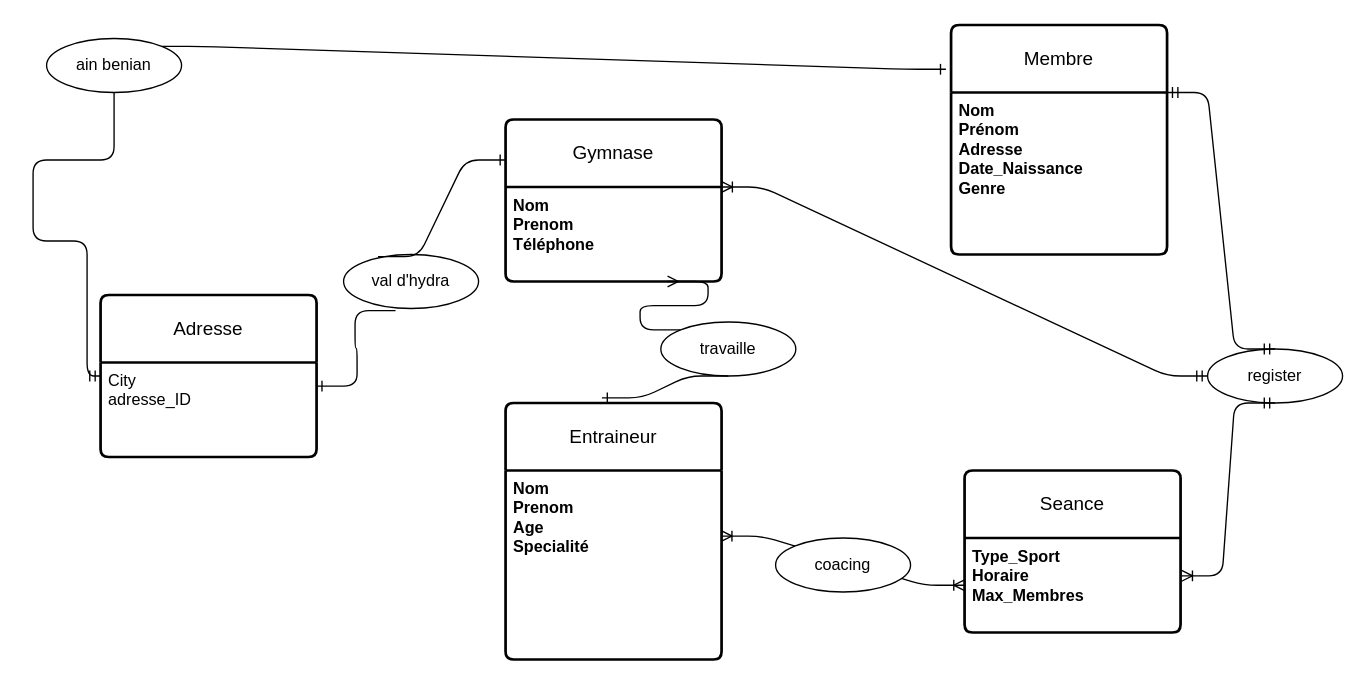
Earlier version of the draw.io diagram database/gym.drawio (Lyes-ux/gomycode-checkout). Source tidied: cells renumbered, new cells numbered last; positions are measured from the earlier drawing's top-left corner, leaving out a move shared by most shapes. Both pictures are drawn from the tidied source at 135%, with x=0, y=0 at pixel (32, 24).
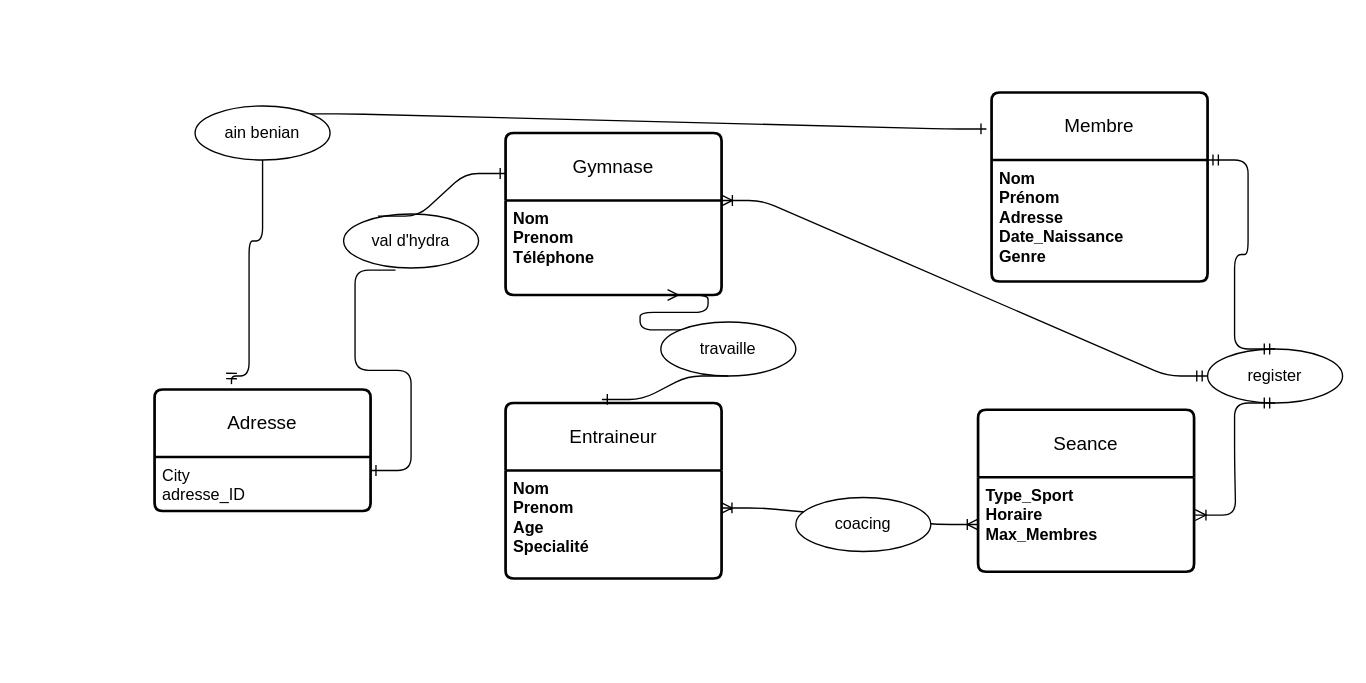
The same page after the edit.

Commit message:
check entity–relationship model

What changed in the source:
```diff
@@
     <mxCell id="2" value="Gymnase" style="swimlane;horizontal=1;startSize=50;rounded=1;fontSize=14;fontStyle=0;strokeWidth=2;shadow=0;dashed=0;align=center;arcSize=4;whiteSpace=wrap;html=1;" parent="1" vertex="1">
-      <mxGeometry x="350" y="70" width="160" height="120" as="geometry" />
+      <mxGeometry x="350" y="80" width="160" height="120" as="geometry" />
     </mxCell>
@@
     <mxCell id="4" value="Membre" style="swimlane;horizontal=1;startSize=50;rounded=1;fontSize=14;fontStyle=0;strokeWidth=2;shadow=0;dashed=0;align=center;arcSize=4;whiteSpace=wrap;html=1;" parent="1" vertex="1">
-      <mxGeometry x="680" width="160" height="170" as="geometry" />
+      <mxGeometry x="710" y="50" width="160" height="140" as="geometry" />
     </mxCell>
     <mxCell id="5" value="&lt;div&gt;&lt;strong&gt;Nom&lt;/strong&gt;&lt;/div&gt;&lt;div&gt;&lt;strong&gt;Prénom&lt;/strong&gt;&lt;/div&gt;&lt;div&gt;&lt;strong&gt;Adresse&lt;/strong&gt;&lt;/div&gt;&lt;div&gt;&lt;strong&gt;Date_Naissance&lt;/strong&gt;&lt;/div&gt;&lt;div&gt;&lt;strong&gt;&lt;strong&gt;Genre&lt;/strong&gt;&lt;/strong&gt;&lt;/div&gt;" style="align=left;strokeColor=none;fillColor=none;spacingLeft=4;fontSize=12;verticalAlign=top;html=1;" parent="4" vertex="1">
-      <mxGeometry y="50" width="160" height="120" as="geometry" />
+      <mxGeometry y="50" width="160" height="90" as="geometry" />
     </mxCell>
     <mxCell id="6" value="Entraineur" style="swimlane;horizontal=1;startSize=50;rounded=1;fontSize=14;fontStyle=0;strokeWidth=2;shadow=0;dashed=0;align=center;arcSize=4;whiteSpace=wrap;html=1;" parent="1" vertex="1">
-      <mxGeometry x="350" y="280" width="160" height="190" as="geometry" />
+      <mxGeometry x="350" y="280" width="160" height="130" as="geometry" />
     </mxCell>
     <mxCell id="7" value="&lt;div&gt;&lt;div&gt;&lt;strong&gt;Nom&lt;/strong&gt;&lt;/div&gt;&lt;div&gt;&lt;strong&gt;Prenom&lt;/strong&gt;&lt;/div&gt;&lt;div&gt;&lt;strong&gt;Age&lt;/strong&gt;&lt;/div&gt;&lt;/div&gt;&lt;div&gt;&lt;strong&gt;Specialité&lt;/strong&gt;&lt;/div&gt;" style="align=left;strokeColor=none;fillColor=none;spacingLeft=4;fontSize=12;verticalAlign=top;html=1;" parent="6" vertex="1">
-      <mxGeometry y="50" width="160" height="140" as="geometry" />
+      <mxGeometry y="50" width="160" height="80" as="geometry" />
     </mxCell>
     <mxCell id="8" value="Seance" style="swimlane;horizontal=1;startSize=50;rounded=1;fontSize=14;fontStyle=0;strokeWidth=2;shadow=0;dashed=0;align=center;arcSize=4;whiteSpace=wrap;html=1;" parent="1" vertex="1">
-      <mxGeometry x="690" y="330" width="160" height="120" as="geometry" />
+      <mxGeometry x="700" y="285" width="160" height="120" as="geometry" />
     </mxCell>
@@
     <mxCell id="11" value="Adresse" style="swimlane;horizontal=1;startSize=50;rounded=1;fontSize=14;fontStyle=0;strokeWidth=2;shadow=0;dashed=0;align=center;arcSize=4;whiteSpace=wrap;html=1;" parent="1" vertex="1">
-      <mxGeometry x="50" y="200" width="160" height="120" as="geometry" />
+      <mxGeometry x="90" y="270" width="160" height="90" as="geometry" />
     </mxCell>
     <mxCell id="12" value="City&lt;div&gt;adresse_ID&lt;/div&gt;" style="align=left;strokeColor=none;fillColor=none;spacingLeft=4;fontSize=12;verticalAlign=top;html=1;" parent="11" vertex="1">
-      <mxGeometry y="50" width="160" height="70" as="geometry" />
+      <mxGeometry y="50" width="160" height="40" as="geometry" />
     </mxCell>
@@
-    <mxCell id="14" style="edgeStyle=orthogonalEdgeStyle;fontSize=12;html=1;endArrow=ERmandOne;entryX=0;entryY=0.5;entryDx=0;entryDy=0;" parent="1" edge="1" source="15" target="11">
+    <mxCell id="14" style="edgeStyle=orthogonalEdgeStyle;fontSize=12;html=1;endArrow=ERmandOne;entryX=0.356;entryY=-0.044;entryDx=0;entryDy=0;entryPerimeter=0;" parent="1" edge="1" source="15" target="11">
       <mxGeometry relative="1" as="geometry">
         <Array as="points">
-          <mxPoint y="100" />
-          <mxPoint y="160" />
-          <mxPoint x="40" y="160" />
-          <mxPoint x="40" y="260" />
+          <mxPoint x="170" y="160" />
+          <mxPoint x="160" y="160" />
+          <mxPoint x="160" y="260" />
+          <mxPoint x="147" y="260" />
         </Array>
       </mxGeometry>
     </mxCell>
     <mxCell id="15" value="ain benian" style="ellipse;whiteSpace=wrap;html=1;align=center;" parent="1" vertex="1">
-      <mxGeometry x="10" y="10" width="100" height="40" as="geometry" />
+      <mxGeometry x="120" y="60" width="100" height="40" as="geometry" />
     </mxCell>
@@
     <mxCell id="21" value="coacing" style="ellipse;whiteSpace=wrap;html=1;align=center;" parent="1" vertex="1">
-      <mxGeometry x="550" y="380" width="100" height="40" as="geometry" />
+      <mxGeometry x="565" y="350" width="100" height="40" as="geometry" />
     </mxCell>
     <mxCell id="22" value="val d'hydra" style="ellipse;whiteSpace=wrap;html=1;align=center;" parent="1" vertex="1">
-      <mxGeometry x="230" y="170" width="100" height="40" as="geometry" />
+      <mxGeometry x="230" y="140" width="100" height="40" as="geometry" />
     </mxCell>
```
